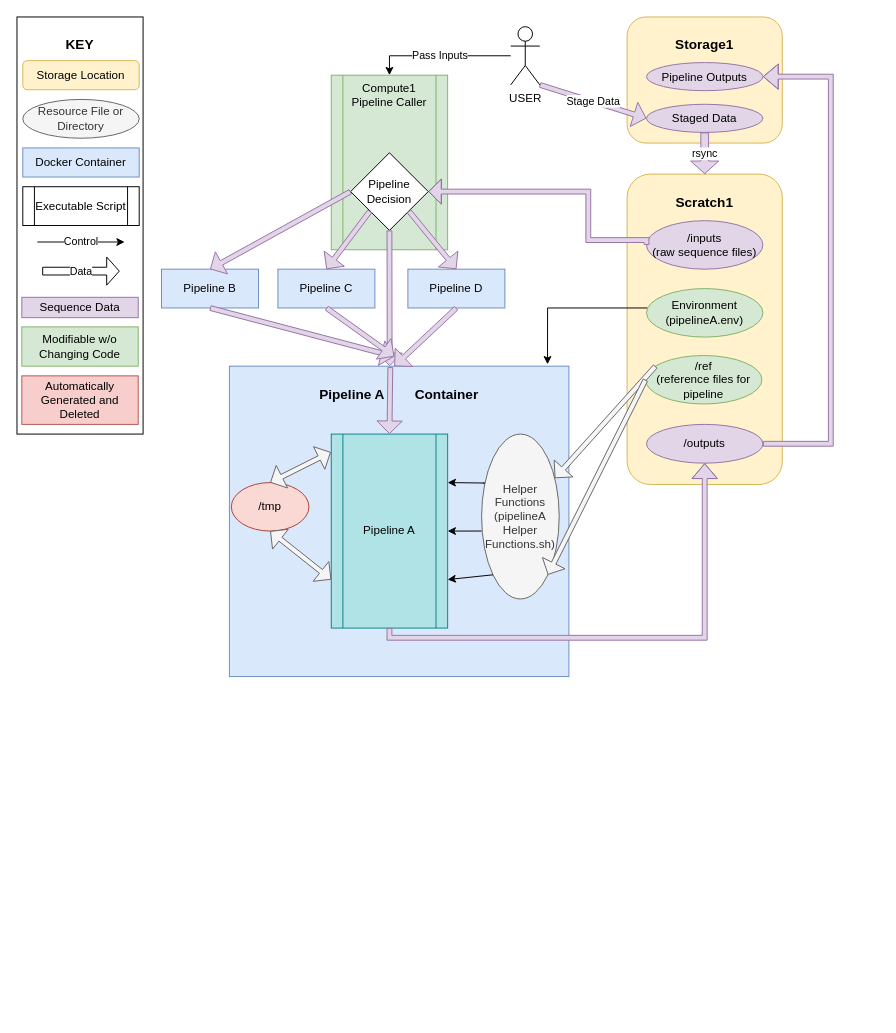
Above: Diagrams/AllPipelinesDiagramFull.drawio in NeuroGenomicsAndInformatics/WXS-Pipelines (draw.io), before the change. Source tidied: cells renumbered, new cells numbered last; positions are measured from the earlier drawing's top-left corner, leaving out a move shared by most shapes. Both pictures are drawn from the tidied source at 97%, with x=0, y=0 at pixel (16, 16).
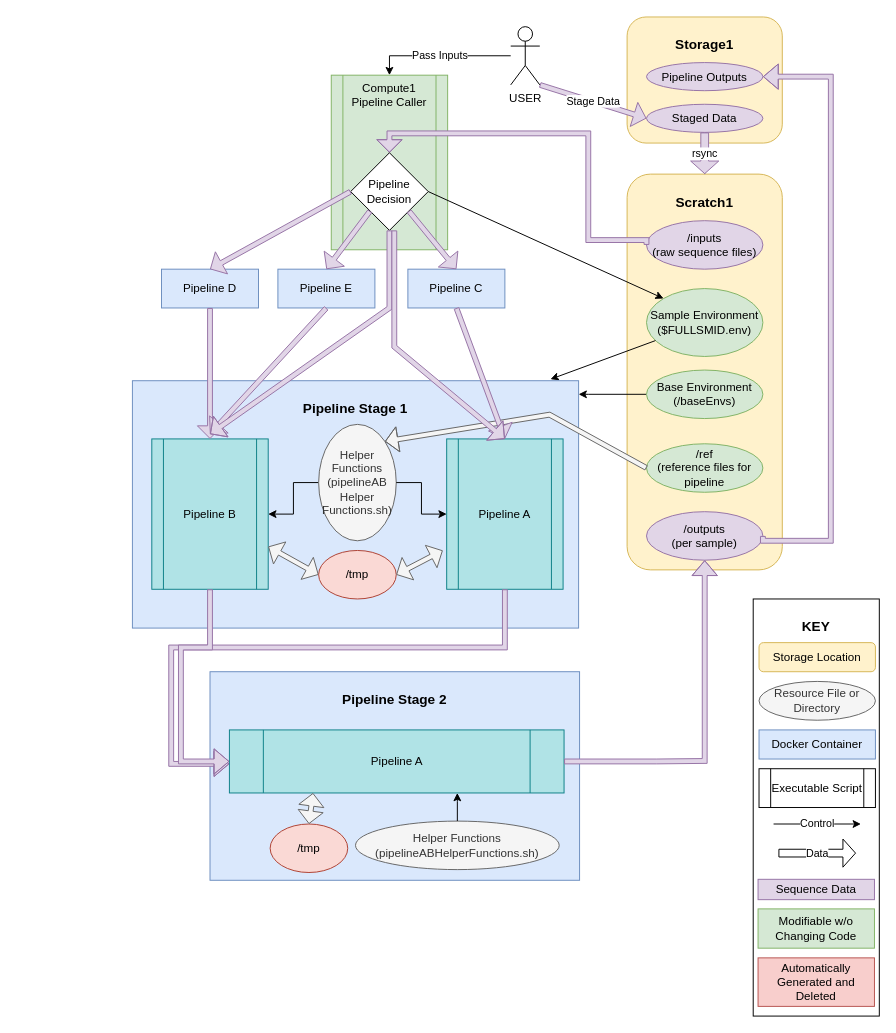
The same diagram, later.

Unchanged cells that the change refers to:
```xml
<mxCell id="7" value="/inputs&lt;br&gt;(raw sequence files)" style="ellipse;whiteSpace=wrap;html=1;fillColor=#e1d5e7;strokeColor=#9673a6;" parent="1" vertex="1">
  <mxGeometry x="649" y="210" width="120" height="50" as="geometry" />
</mxCell>
<mxCell id="16" value="Pipeline Outputs" style="ellipse;whiteSpace=wrap;html=1;fillColor=#e1d5e7;strokeColor=#9673a6;" parent="1" vertex="1">
  <mxGeometry x="649" y="47" width="120" height="29" as="geometry" />
</mxCell>
<mxCell id="33" value="Pipeline Decision" style="rhombus;whiteSpace=wrap;html=1;" parent="1" vertex="1">
  <mxGeometry x="344" y="140" width="80" height="80" as="geometry" />
</mxCell>
```

Change to the diagram source:
```diff
@@
     <mxCell id="4" value="&lt;h3&gt;Scratch1&lt;/h3&gt;" style="rounded=1;whiteSpace=wrap;html=1;verticalAlign=top;fillColor=#fff2cc;strokeColor=#d6b656;" parent="1" vertex="1">
-      <mxGeometry x="629" y="162" width="160" height="320" as="geometry" />
+      <mxGeometry x="629" y="162" width="160" height="408" as="geometry" />
     </mxCell>
-    <mxCell id="5" style="edgeStyle=orthogonalEdgeStyle;rounded=0;jettySize=auto;html=1;entryX=0.937;entryY=-0.006;entryDx=0;entryDy=0;entryPerimeter=0;" parent="1" edge="1" source="6" target="19">
-      <mxGeometry relative="1" as="geometry">
-        <Array as="points">
-          <mxPoint x="547" y="300" />
-        </Array>
-      </mxGeometry>
-    </mxCell>
-    <mxCell id="6" value="Environment&lt;br&gt;(pipelineA.env)" style="ellipse;whiteSpace=wrap;html=1;fillColor=#d5e8d4;strokeColor=#82b366;" parent="1" vertex="1">
-      <mxGeometry x="649" y="280" width="120" height="50" as="geometry" />
+    <mxCell id="6" value="Sample Environment&lt;br&gt;($FULLSMID.env)" style="ellipse;whiteSpace=wrap;html=1;fillColor=#d5e8d4;strokeColor=#82b366;" parent="1" vertex="1">
+      <mxGeometry x="649" y="280" width="120" height="70" as="geometry" />
     </mxCell>
@@
-    <mxCell id="8" value="/outputs" style="ellipse;whiteSpace=wrap;html=1;fillColor=#e1d5e7;strokeColor=#9673a6;" parent="1" vertex="1">
-      <mxGeometry x="649" y="420" width="120" height="40" as="geometry" />
+    <mxCell id="8" value="/outputs&lt;br&gt;(per sample)" style="ellipse;whiteSpace=wrap;html=1;fillColor=#e1d5e7;strokeColor=#9673a6;" parent="1" vertex="1">
+      <mxGeometry x="649" y="510" width="120" height="50" as="geometry" />
     </mxCell>
@@
     <mxCell id="12" value="/ref&lt;br&gt;(reference files for pipeline" style="ellipse;whiteSpace=wrap;html=1;fillColor=#d5e8d4;strokeColor=#82b366;" parent="1" vertex="1">
-      <mxGeometry x="648" y="349" width="120" height="50" as="geometry" />
+      <mxGeometry x="649" y="440" width="120" height="50" as="geometry" />
     </mxCell>
     <mxCell id="13" style="endArrow=classic;html=1;rounded=0;exitX=1;exitY=0.5;exitDx=0;exitDy=0;edgeStyle=orthogonalEdgeStyle;shape=flexArrow;endSize=4.78;startSize=7;width=5;entryX=1;entryY=0.5;entryDx=0;entryDy=0;fillColor=#e1d5e7;strokeColor=#9673a6;" parent="1" edge="1" source="8" target="16">
       <mxGeometry relative="1" as="geometry">
         <Array as="points">
-          <mxPoint x="839" y="440" />
-          <mxPoint x="839" y="62" />
+          <mxPoint x="839" y="540" />
+          <mxPoint x="839" y="61" />
         </Array>
       </mxGeometry>
     </mxCell>
@@
-    <mxCell id="18" style="group;" parent="1" vertex="1">
-      <mxGeometry x="219" y="360" width="350" height="320" as="geometry" />
-    </mxCell>
-    <mxCell id="19" value="&lt;h3&gt;Pipeline A&amp;nbsp; &amp;nbsp; &amp;nbsp; &amp;nbsp; Container&lt;/h3&gt;" style="rounded=0;whiteSpace=wrap;html=1;align=center;verticalAlign=top;fillColor=#dae8fc;strokeColor=#6c8ebf;" parent="18" vertex="1">
-      <mxGeometry width="350" height="320" as="geometry" />
-    </mxCell>
-    <mxCell id="20" value="Pipeline A" style="shape=process;whiteSpace=wrap;html=1;backgroundOutline=1;fillColor=#b0e3e6;strokeColor=#0e8088;" parent="18" vertex="1">
-      <mxGeometry x="105" y="70" width="120" height="200" as="geometry" />
-    </mxCell>
-    <mxCell id="21" style="edgeStyle=orthogonalEdgeStyle;rounded=0;jettySize=auto;html=1;exitX=0;exitY=0.588;exitDx=0;exitDy=0;entryX=1;entryY=0.5;entryDx=0;entryDy=0;exitPerimeter=0;" parent="18" edge="1" source="23" target="20">
-      <mxGeometry relative="1" as="geometry" />
-    </mxCell>
-    <mxCell id="22" style="edgeStyle=orthogonalEdgeStyle;rounded=0;jettySize=auto;html=1;exitX=0.017;exitY=0.298;exitDx=0;exitDy=0;entryX=1;entryY=0.25;entryDx=0;entryDy=0;exitPerimeter=0;" parent="18" edge="1" source="23" target="20">
-      <mxGeometry relative="1" as="geometry">
-        <Array as="points">
-          <mxPoint x="282" y="121" />
-        </Array>
-      </mxGeometry>
-    </mxCell>
-    <mxCell id="23" value="Helper Functions&lt;br&gt;(pipelineA&lt;br&gt;Helper&lt;br&gt;Functions.sh)" style="ellipse;whiteSpace=wrap;html=1;fillColor=#f5f5f5;fontColor=#333333;strokeColor=#666666;" parent="18" vertex="1">
-      <mxGeometry x="260" y="70" width="80" height="170" as="geometry" />
-    </mxCell>
-    <mxCell id="24" style="endArrow=classic;html=1;rounded=0;exitX=0;exitY=1;exitDx=0;exitDy=0;entryX=1;entryY=0.75;entryDx=0;entryDy=0;" parent="18" edge="1" source="23" target="20">
-      <mxGeometry relative="1" as="geometry" />
-    </mxCell>
-    <mxCell id="25" value="/tmp" style="ellipse;whiteSpace=wrap;html=1;fillColor=#fad9d5;strokeColor=#ae4132;" parent="18" vertex="1">
-      <mxGeometry x="2" y="120" width="80" height="50" as="geometry" />
-    </mxCell>
-    <mxCell id="26" style="endArrow=classic;html=1;rounded=0;entryX=0;entryY=0.75;entryDx=0;entryDy=0;exitX=0.5;exitY=1;exitDx=0;exitDy=0;fillColor=#f5f5f5;startArrow=block;shape=flexArrow;endSize=4;startSize=4;width=5;strokeColor=#666666;" parent="18" edge="1" source="25" target="20">
-      <mxGeometry relative="1" as="geometry" />
-    </mxCell>
-    <mxCell id="27" style="endArrow=classic;html=1;rounded=0;exitX=0.5;exitY=0;exitDx=0;exitDy=0;entryX=-0.003;entryY=0.093;entryDx=0;entryDy=0;entryPerimeter=0;fillColor=#f5f5f5;shape=flexArrow;startArrow=block;endSize=4;startSize=4;width=5;strokeColor=#666666;" parent="18" edge="1" source="25" target="20">
-      <mxGeometry relative="1" as="geometry" />
-    </mxCell>
-    <mxCell id="28" style="endArrow=classic;html=1;rounded=0;shape=flexArrow;startSize=4;endSize=4;width=5;exitX=0.474;exitY=0.003;exitDx=0;exitDy=0;entryX=0.5;entryY=0;entryDx=0;entryDy=0;fillColor=#e1d5e7;strokeColor=#9673a6;exitPerimeter=0;" parent="18" edge="1" source="19" target="20">
-      <mxGeometry relative="1" as="geometry" />
-    </mxCell>
-    <mxCell id="29" style="edgeStyle=orthogonalEdgeStyle;rounded=0;jettySize=auto;html=1;shape=flexArrow;endSize=4;startSize=7;width=5;fillColor=#e1d5e7;strokeColor=#9673a6;entryX=1;entryY=0.5;entryDx=0;entryDy=0;exitX=0;exitY=0.5;exitDx=0;exitDy=0;" parent="1" edge="1" source="7" target="33">
+    <mxCell id="29" style="edgeStyle=orthogonalEdgeStyle;rounded=0;jettySize=auto;html=1;shape=flexArrow;endSize=4;startSize=7;width=5;fillColor=#e1d5e7;strokeColor=#9673a6;entryX=0.5;entryY=0;entryDx=0;entryDy=0;exitX=0;exitY=0.5;exitDx=0;exitDy=0;" parent="1" edge="1" source="7" target="33">
       <mxGeometry relative="1" as="geometry">
         <Array as="points">
           <mxPoint x="649" y="230" />
           <mxPoint x="589" y="230" />
-          <mxPoint x="589" y="180" />
+          <mxPoint x="589" y="120" />
+          <mxPoint x="384" y="120" />
         </Array>
       </mxGeometry>
     </mxCell>
-    <mxCell id="30" style="shape=flexArrow;endArrow=classic;html=1;rounded=0;exitX=0.086;exitY=0.22;exitDx=0;exitDy=0;endSize=4;startSize=4;width=5;exitPerimeter=0;fillColor=#f5f5f5;strokeColor=#666666;" parent="1" edge="1" source="12" target="23">
-      <mxGeometry relative="1" as="geometry" />
-    </mxCell>
-    <mxCell id="31" style="shape=flexArrow;endArrow=classic;html=1;rounded=0;exitX=0;exitY=0.5;exitDx=0;exitDy=0;entryX=1;entryY=1;entryDx=0;entryDy=0;endSize=4;startSize=4;width=5;fillColor=#f5f5f5;strokeColor=#666666;" parent="1" edge="1" source="12" target="23">
-      <mxGeometry relative="1" as="geometry" />
-    </mxCell>
-    <mxCell id="32" style="endArrow=classic;html=1;rounded=0;exitX=0.5;exitY=1;exitDx=0;exitDy=0;entryX=0.5;entryY=1;entryDx=0;entryDy=0;edgeStyle=orthogonalEdgeStyle;shape=flexArrow;endSize=4.78;startSize=7;width=5;fillColor=#e1d5e7;strokeColor=#9673a6;" parent="1" edge="1" source="20" target="8">
-      <mxGeometry relative="1" as="geometry" />
-    </mxCell>
+    <mxCell id="55" style="rounded=0;jettySize=auto;html=1;entryX=0;entryY=0;entryDx=0;entryDy=0;exitX=1;exitY=0.5;exitDx=0;exitDy=0;" parent="1" edge="1" source="33" target="6">
+      <mxGeometry relative="1" as="geometry" />
+    </mxCell>
@@
-    <mxCell id="34" value="Pipeline B" style="rounded=0;whiteSpace=wrap;html=1;fillColor=#dae8fc;strokeColor=#6c8ebf;" parent="1" vertex="1">
+    <mxCell id="34" value="Pipeline D" style="rounded=0;whiteSpace=wrap;html=1;fillColor=#dae8fc;strokeColor=#6c8ebf;" parent="1" vertex="1">
       <mxGeometry x="149" y="260" width="100" height="40" as="geometry" />
     </mxCell>
     <mxCell id="35" style="group;" parent="1" vertex="1">
-      <mxGeometry width="130" height="430" as="geometry" />
+      <mxGeometry x="759" y="600" width="130" height="430" as="geometry" />
     </mxCell>
@@
-    <mxCell id="46" value="Pipeline C" style="rounded=0;whiteSpace=wrap;html=1;fillColor=#dae8fc;strokeColor=#6c8ebf;" parent="1" vertex="1">
+    <mxCell id="46" value="Pipeline E" style="rounded=0;whiteSpace=wrap;html=1;fillColor=#dae8fc;strokeColor=#6c8ebf;" parent="1" vertex="1">
       <mxGeometry x="269" y="260" width="100" height="40" as="geometry" />
     </mxCell>
-    <mxCell id="47" value="Pipeline D" style="rounded=0;whiteSpace=wrap;html=1;fillColor=#dae8fc;strokeColor=#6c8ebf;" parent="1" vertex="1">
+    <mxCell id="47" value="Pipeline C" style="rounded=0;whiteSpace=wrap;html=1;fillColor=#dae8fc;strokeColor=#6c8ebf;" parent="1" vertex="1">
       <mxGeometry x="403" y="260" width="100" height="40" as="geometry" />
     </mxCell>
-    <mxCell id="48" style="endArrow=classic;html=1;rounded=0;shape=flexArrow;startSize=4;endSize=4;width=5;exitX=0.5;exitY=1;exitDx=0;exitDy=0;fillColor=#e1d5e7;strokeColor=#9673a6;entryX=0.472;entryY=0;entryDx=0;entryDy=0;entryPerimeter=0;" parent="1" edge="1" source="33" target="19">
-      <mxGeometry relative="1" as="geometry" />
-    </mxCell>
@@
+    <mxCell id="56" style="edgeStyle=orthogonalEdgeStyle;rounded=0;jettySize=auto;html=1;" parent="1" edge="1" source="57" target="19">
+      <mxGeometry relative="1" as="geometry">
+        <Array as="points">
+          <mxPoint x="589" y="389" />
+          <mxPoint x="589" y="389" />
+        </Array>
+      </mxGeometry>
+    </mxCell>
+    <mxCell id="57" value="Base Environment&lt;br&gt;(/baseEnvs)" style="ellipse;whiteSpace=wrap;html=1;fillColor=#d5e8d4;strokeColor=#82b366;" parent="1" vertex="1">
+      <mxGeometry x="649" y="364" width="120" height="50" as="geometry" />
+    </mxCell>
+    <mxCell id="58" style="group;" parent="1" vertex="1">
+      <mxGeometry x="199" y="675" width="381" height="215" as="geometry" />
+    </mxCell>
+    <mxCell id="59" value="&lt;h3&gt;Pipeline Stage 2&lt;/h3&gt;" style="rounded=0;whiteSpace=wrap;html=1;align=center;verticalAlign=top;fillColor=#dae8fc;strokeColor=#6c8ebf;" parent="58" vertex="1">
+      <mxGeometry width="381" height="215" as="geometry" />
+    </mxCell>
+    <mxCell id="60" value="Helper Functions&lt;br&gt;(pipelineABHelperFunctions.sh)" style="ellipse;whiteSpace=wrap;html=1;fillColor=#f5f5f5;fontColor=#333333;strokeColor=#666666;" parent="58" vertex="1">
+      <mxGeometry x="150" y="154" width="210" height="50" as="geometry" />
+    </mxCell>
+    <mxCell id="61" value="/tmp" style="ellipse;whiteSpace=wrap;html=1;fillColor=#fad9d5;strokeColor=#ae4132;" parent="58" vertex="1">
+      <mxGeometry x="62" y="157" width="80" height="50" as="geometry" />
+    </mxCell>
+    <mxCell id="62" value="Pipeline A" style="shape=process;whiteSpace=wrap;html=1;backgroundOutline=1;fillColor=#b0e3e6;strokeColor=#0e8088;" parent="58" vertex="1">
+      <mxGeometry x="20" y="60" width="345" height="65" as="geometry" />
+    </mxCell>
+    <mxCell id="63" style="edgeStyle=orthogonalEdgeStyle;rounded=0;jettySize=auto;html=1;entryX=0.681;entryY=1;entryDx=0;entryDy=0;entryPerimeter=0;" parent="58" edge="1" source="60" target="62">
+      <mxGeometry relative="1" as="geometry" />
+    </mxCell>
+    <mxCell id="64" style="endArrow=classic;html=1;rounded=0;entryX=0.25;entryY=1;entryDx=0;entryDy=0;exitX=0.5;exitY=0;exitDx=0;exitDy=0;fillColor=#f5f5f5;startArrow=block;shape=flexArrow;endSize=4;startSize=4;width=5;strokeColor=#666666;" parent="58" edge="1" source="61" target="62">
+      <mxGeometry relative="1" as="geometry" />
+    </mxCell>
+    <mxCell id="65" style="endArrow=classic;html=1;rounded=0;exitX=1;exitY=0.5;exitDx=0;exitDy=0;edgeStyle=orthogonalEdgeStyle;shape=flexArrow;endSize=4.78;startSize=7;width=5;entryX=0.5;entryY=1;entryDx=0;entryDy=0;fillColor=#e1d5e7;strokeColor=#9673a6;" parent="1" edge="1" source="62" target="8">
+      <mxGeometry relative="1" as="geometry">
+        <Array as="points">
+          <mxPoint x="659" y="767" />
+          <mxPoint x="659" y="767" />
+          <mxPoint x="709" y="767" />
+        </Array>
+      </mxGeometry>
+    </mxCell>
+    <mxCell id="5" style="rounded=0;jettySize=auto;html=1;entryX=0.937;entryY=-0.006;entryDx=0;entryDy=0;entryPerimeter=0;" parent="1" edge="1" source="6" target="19">
+      <mxGeometry relative="1" as="geometry" />
+    </mxCell>
+    <mxCell id="66" style="group;" parent="1" vertex="1">
+      <mxGeometry x="119" y="375" width="460" height="255" as="geometry" />
+    </mxCell>
+    <mxCell id="19" value="&lt;h3&gt;Pipeline Stage 1&lt;/h3&gt;" style="rounded=0;whiteSpace=wrap;html=1;align=center;verticalAlign=top;fillColor=#dae8fc;strokeColor=#6c8ebf;" parent="66" vertex="1">
+      <mxGeometry width="460" height="255" as="geometry" />
+    </mxCell>
+    <mxCell id="20" value="Pipeline B" style="shape=process;whiteSpace=wrap;html=1;backgroundOutline=1;fillColor=#b0e3e6;strokeColor=#0e8088;" parent="66" vertex="1">
+      <mxGeometry x="20" y="60" width="120" height="155" as="geometry" />
+    </mxCell>
+    <mxCell id="67" style="edgeStyle=orthogonalEdgeStyle;rounded=0;jettySize=auto;html=1;" parent="66" edge="1" source="23" target="20">
+      <mxGeometry relative="1" as="geometry" />
+    </mxCell>
+    <mxCell id="23" value="Helper Functions&lt;br&gt;(pipelineAB&lt;br&gt;Helper&lt;br&gt;Functions.sh)" style="ellipse;whiteSpace=wrap;html=1;fillColor=#f5f5f5;fontColor=#333333;strokeColor=#666666;" parent="66" vertex="1">
+      <mxGeometry x="192" y="45" width="80" height="120" as="geometry" />
+    </mxCell>
+    <mxCell id="27" style="endArrow=classic;html=1;rounded=0;exitX=0;exitY=0.5;exitDx=0;exitDy=0;fillColor=#f5f5f5;shape=flexArrow;startArrow=block;endSize=4;startSize=4;width=5;strokeColor=#666666;" parent="66" edge="1" source="25" target="20">
+      <mxGeometry relative="1" as="geometry" />
+    </mxCell>
+    <mxCell id="25" value="/tmp" style="ellipse;whiteSpace=wrap;html=1;fillColor=#fad9d5;strokeColor=#ae4132;" parent="66" vertex="1">
+      <mxGeometry x="192" y="175" width="80" height="50" as="geometry" />
+    </mxCell>
+    <mxCell id="68" value="Pipeline A" style="shape=process;whiteSpace=wrap;html=1;backgroundOutline=1;fillColor=#b0e3e6;strokeColor=#0e8088;" parent="66" vertex="1">
+      <mxGeometry x="324" y="60" width="120" height="155" as="geometry" />
+    </mxCell>
+    <mxCell id="69" style="edgeStyle=orthogonalEdgeStyle;rounded=0;jettySize=auto;html=1;" parent="66" edge="1" source="23" target="68">
+      <mxGeometry relative="1" as="geometry" />
+    </mxCell>
+    <mxCell id="26" style="endArrow=classic;html=1;rounded=0;exitX=1;exitY=0.5;exitDx=0;exitDy=0;fillColor=#f5f5f5;startArrow=block;shape=flexArrow;endSize=4;startSize=4;width=5;strokeColor=#666666;" parent="66" edge="1" source="25">
+      <mxGeometry relative="1" as="geometry">
+        <mxPoint x="320" y="175" as="targetPoint" />
+      </mxGeometry>
+    </mxCell>
-    <mxCell id="52" style="endArrow=classic;html=1;rounded=0;shape=flexArrow;startSize=4;endSize=4;width=5;exitX=0.5;exitY=1;exitDx=0;exitDy=0;fillColor=#e1d5e7;strokeColor=#9673a6;" parent="1" edge="1" source="34">
-      <mxGeometry relative="1" as="geometry">
-        <mxPoint x="389" y="350" as="targetPoint" />
-      </mxGeometry>
+    <mxCell id="52" style="endArrow=classic;html=1;rounded=0;shape=flexArrow;startSize=4;endSize=4;width=5;exitX=0.5;exitY=1;exitDx=0;exitDy=0;fillColor=#e1d5e7;strokeColor=#9673a6;entryX=0.5;entryY=0;entryDx=0;entryDy=0;" parent="1" edge="1" source="34" target="20">
+      <mxGeometry relative="1" as="geometry" />
     </mxCell>
     <mxCell id="53" style="endArrow=classic;html=1;rounded=0;shape=flexArrow;startSize=4;endSize=4;width=5;exitX=0.5;exitY=1;exitDx=0;exitDy=0;fillColor=#e1d5e7;strokeColor=#9673a6;" parent="1" edge="1" source="46">
       <mxGeometry relative="1" as="geometry">
-        <mxPoint x="389" y="350" as="targetPoint" />
+        <mxPoint x="199" y="430" as="targetPoint" />
       </mxGeometry>
     </mxCell>
+    <mxCell id="48" style="endArrow=classic;html=1;rounded=0;shape=flexArrow;startSize=4;endSize=4;width=5;exitX=0.5;exitY=1;exitDx=0;exitDy=0;fillColor=#e1d5e7;strokeColor=#9673a6;" parent="1" edge="1" source="33">
+      <mxGeometry relative="1" as="geometry">
+        <mxPoint x="199" y="430" as="targetPoint" />
+        <Array as="points">
+          <mxPoint x="384" y="300" />
+        </Array>
+      </mxGeometry>
+    </mxCell>
+    <mxCell id="31" style="shape=flexArrow;endArrow=classic;html=1;rounded=0;exitX=0;exitY=0.5;exitDx=0;exitDy=0;entryX=1;entryY=0;entryDx=0;entryDy=0;endSize=4;startSize=4;width=5;fillColor=#f5f5f5;strokeColor=#666666;" parent="1" edge="1" source="12" target="23">
+      <mxGeometry relative="1" as="geometry">
+        <Array as="points">
+          <mxPoint x="549" y="410" />
+        </Array>
+      </mxGeometry>
+    </mxCell>
-    <mxCell id="54" style="endArrow=classic;html=1;rounded=0;shape=flexArrow;startSize=4;endSize=4;width=5;exitX=0.5;exitY=1;exitDx=0;exitDy=0;fillColor=#e1d5e7;strokeColor=#9673a6;" parent="1" edge="1" source="47">
-      <mxGeometry relative="1" as="geometry">
-        <mxPoint x="389" y="360" as="targetPoint" />
-      </mxGeometry>
+    <mxCell id="54" style="endArrow=classic;html=1;rounded=0;shape=flexArrow;startSize=4;endSize=4;width=5;exitX=0.5;exitY=1;exitDx=0;exitDy=0;fillColor=#e1d5e7;strokeColor=#9673a6;entryX=0.5;entryY=0;entryDx=0;entryDy=0;" parent="1" edge="1" source="47" target="68">
+      <mxGeometry relative="1" as="geometry" />
     </mxCell>
+    <mxCell id="70" style="endArrow=classic;html=1;rounded=0;shape=flexArrow;startSize=4;endSize=4;width=5;fillColor=#e1d5e7;strokeColor=#9673a6;entryX=0.5;entryY=0;entryDx=0;entryDy=0;" parent="1" edge="1" target="68">
+      <mxGeometry relative="1" as="geometry">
+        <mxPoint x="389" y="220" as="sourcePoint" />
+        <Array as="points">
+          <mxPoint x="389" y="340" />
+        </Array>
+      </mxGeometry>
+    </mxCell>
+    <mxCell id="71" style="endArrow=classic;html=1;rounded=0;edgeStyle=orthogonalEdgeStyle;shape=flexArrow;endSize=4.78;startSize=7;width=5;fillColor=#e1d5e7;strokeColor=#9673a6;exitX=0.5;exitY=1;exitDx=0;exitDy=0;" parent="1" edge="1" source="68">
+      <mxGeometry relative="1" as="geometry">
+        <mxPoint x="219" y="770" as="targetPoint" />
+        <Array as="points">
+          <mxPoint x="503" y="650" />
+          <mxPoint x="159" y="650" />
+          <mxPoint x="159" y="770" />
+        </Array>
+      </mxGeometry>
+    </mxCell>
+    <mxCell id="72" style="endArrow=classic;html=1;rounded=0;exitX=0.5;exitY=1;exitDx=0;exitDy=0;edgeStyle=orthogonalEdgeStyle;shape=flexArrow;endSize=4.78;startSize=7;width=5;entryX=0;entryY=0.5;entryDx=0;entryDy=0;fillColor=#e1d5e7;strokeColor=#9673a6;" parent="1" edge="1" source="20" target="62">
+      <mxGeometry relative="1" as="geometry">
+        <Array as="points">
+          <mxPoint x="199" y="650" />
+          <mxPoint x="169" y="650" />
+          <mxPoint x="169" y="767" />
+        </Array>
+      </mxGeometry>
+    </mxCell>
```
